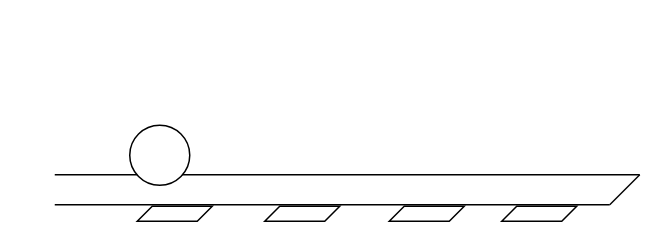
This is page "Page-2" (2 of 2) of Untitled Diagram.drawio from burakbasaraann/drawing, a draw.io file, before an edit. Source tidied: cells renumbered, new cells numbered last; positions are measured from the earlier drawing's top-left corner, leaving out a move shared by most shapes. Both pictures are drawn from the tidied source at 150%, with x=0, y=0 at pixel (54, 124).
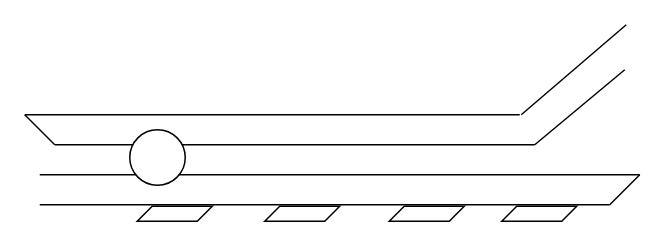
The same diagram, later.

What changed in the source:
```diff
@@
     <mxCell id="4" style="endArrow=none;html=1;strokeColor=#000000;fontFamily=Helvetica;fontSize=14;" parent="1" edge="1">
       <mxGeometry relative="1" as="geometry">
-        <mxPoint y="33" as="sourcePoint" />
+        <mxPoint x="-10" y="33" as="sourcePoint" />
         <mxPoint x="390" y="33" as="targetPoint" />
       </mxGeometry>
     </mxCell>
-    <mxCell id="5" style="ellipse;whiteSpace=wrap;html=1;fontFamily=Helvetica;fontSize=14;" parent="1" vertex="1">
-      <mxGeometry x="50" width="40" height="40" as="geometry" />
-    </mxCell>
@@
     <mxCell id="9" style="shape=link;html=1;strokeColor=#000000;fontFamily=Helvetica;fontSize=14;width=0;" parent="1" edge="1">
       <mxGeometry relative="1" as="geometry">
-        <mxPoint y="53" as="sourcePoint" />
+        <mxPoint x="-10" y="53" as="sourcePoint" />
         <mxPoint x="370" y="53" as="targetPoint" />
       </mxGeometry>
     </mxCell>
@@
+    <mxCell id="11" style="endArrow=none;html=1;strokeColor=#000000;fontFamily=Helvetica;fontSize=14;" parent="1" edge="1">
+      <mxGeometry relative="1" as="geometry">
+        <mxPoint y="13" as="sourcePoint" />
+        <mxPoint x="-20" y="-7" as="targetPoint" />
+      </mxGeometry>
+    </mxCell>
+    <mxCell id="12" style="endArrow=none;html=1;strokeColor=#000000;fontFamily=Helvetica;fontSize=14;" parent="1" edge="1">
+      <mxGeometry relative="1" as="geometry">
+        <mxPoint y="13" as="sourcePoint" />
+        <mxPoint x="320" y="13" as="targetPoint" />
+      </mxGeometry>
+    </mxCell>
+    <mxCell id="13" style="endArrow=none;html=1;strokeColor=#000000;fontFamily=Helvetica;fontSize=14;" parent="1" edge="1">
+      <mxGeometry relative="1" as="geometry">
+        <mxPoint x="-20" y="-7" as="sourcePoint" />
+        <mxPoint x="310" y="-7" as="targetPoint" />
+      </mxGeometry>
+    </mxCell>
+    <mxCell id="5" style="ellipse;whiteSpace=wrap;html=1;fontFamily=Helvetica;fontSize=14;" parent="1" vertex="1">
+      <mxGeometry x="50" y="3" width="37" height="37" as="geometry" />
+    </mxCell>
+    <mxCell id="14" style="endArrow=none;html=1;strokeColor=#000000;fontFamily=Helvetica;fontSize=14;" parent="1" edge="1">
+      <mxGeometry relative="1" as="geometry">
+        <mxPoint x="320" y="13" as="sourcePoint" />
+        <mxPoint x="380" y="-37" as="targetPoint" />
+      </mxGeometry>
+    </mxCell>
+    <mxCell id="15" style="endArrow=none;html=1;strokeColor=#000000;fontFamily=Helvetica;fontSize=14;" parent="1" edge="1">
+      <mxGeometry relative="1" as="geometry">
+        <mxPoint x="311" y="-7" as="sourcePoint" />
+        <mxPoint x="381" y="-67" as="targetPoint" />
+      </mxGeometry>
+    </mxCell>
```
